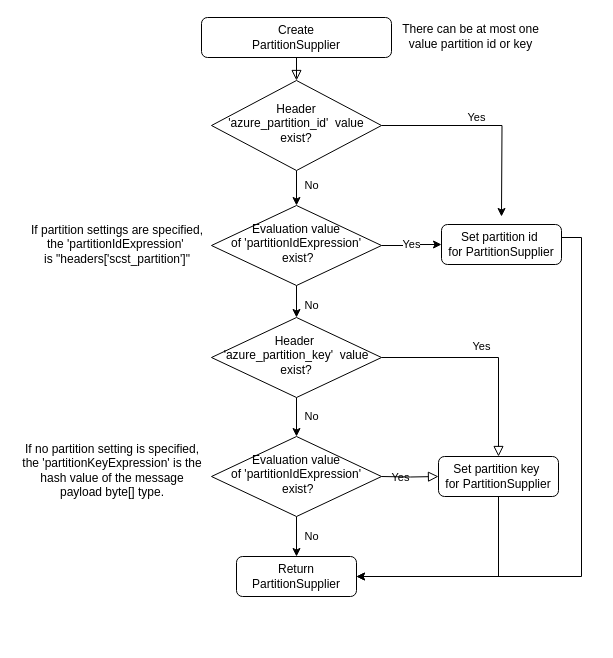
Before: sdk/spring/azure-spring-cloud-stream-binder-eventhubs/resource/create-partition-supply-process.drawio in Azure/azure-sdk-for-java, a draw.io diagram. Source tidied: cells renumbered, new cells numbered last; positions are measured from the earlier drawing's top-left corner, leaving out a move shared by most shapes. Both pictures are drawn from the tidied source at 100%, with x=0, y=0 at pixel (17, 17).
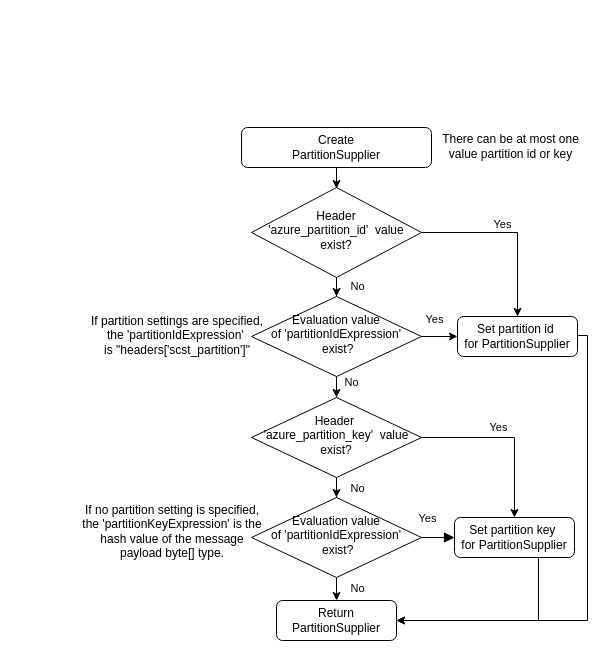
After the change.

What changed in the source:
```diff
@@
-    <mxCell id="2" style="rounded=0;html=1;jettySize=auto;fontSize=11;endArrow=block;endFill=0;endSize=8;strokeWidth=1;shadow=0;labelBackgroundColor=none;edgeStyle=orthogonalEdgeStyle;" parent="1" edge="1" source="3" target="6">
-      <mxGeometry relative="1" as="geometry" />
-    </mxCell>
     <mxCell id="3" value="Create&lt;br&gt;PartitionSupplier" style="rounded=1;whiteSpace=wrap;html=1;fontSize=12;glass=0;strokeWidth=1;shadow=0;" parent="1" vertex="1">
-      <mxGeometry x="184" width="190" height="40" as="geometry" />
+      <mxGeometry x="224" y="110" width="190" height="40" as="geometry" />
     </mxCell>
-    <mxCell id="4" value="Yes" style="edgeStyle=orthogonalEdgeStyle;rounded=0;jettySize=auto;html=1;" parent="1" edge="1" source="6">
-      <mxGeometry x="-0.1" y="8" relative="1" as="geometry">
-        <mxPoint x="484" y="199" as="targetPoint" />
-      </mxGeometry>
+    <mxCell id="4" value="Yes" style="edgeStyle=orthogonalEdgeStyle;rounded=0;jettySize=auto;html=1;entryX=0.5;entryY=0;entryDx=0;entryDy=0;" parent="1" edge="1" source="6" target="17">
+      <mxGeometry x="-0.1" y="8" relative="1" as="geometry" />
     </mxCell>
-    <mxCell id="5" value="No" style="edgeStyle=orthogonalEdgeStyle;rounded=0;jettySize=auto;html=1;" parent="1" edge="1" source="6" target="10">
-      <mxGeometry x="0.11" y="15" relative="1" as="geometry" />
+    <mxCell id="5" value="No" style="edgeStyle=orthogonalEdgeStyle;rounded=0;jettySize=auto;html=1;entryX=0.5;entryY=0;entryDx=0;entryDy=0;" parent="1" edge="1" source="6" target="10">
+      <mxGeometry x="0.68" y="21" relative="1" as="geometry" />
     </mxCell>
     <mxCell id="6" value="Header &lt;br&gt;'azure_partition_id'&amp;nbsp; value&lt;br&gt;exist?" style="rhombus;whiteSpace=wrap;html=1;shadow=0;fontFamily=Helvetica;fontSize=12;align=center;strokeWidth=1;spacing=6;spacingTop=-4;" parent="1" vertex="1">
-      <mxGeometry x="194" y="63" width="170" height="90" as="geometry" />
+      <mxGeometry x="234" y="170" width="170" height="90" as="geometry" />
     </mxCell>
-    <mxCell id="7" value="Yes" style="edgeStyle=orthogonalEdgeStyle;rounded=0;html=1;jettySize=auto;fontSize=11;endArrow=block;endFill=0;endSize=8;strokeWidth=1;shadow=0;labelBackgroundColor=none;exitX=1;exitY=0.5;exitDx=0;exitDy=0;entryX=0.5;entryY=0;entryDx=0;entryDy=0;" parent="1" edge="1" source="15" target="22">
-      <mxGeometry x="-0.07" y="11" relative="1" as="geometry" />
-    </mxCell>
@@
     <mxCell id="9" value="Yes" style="edgeStyle=orthogonalEdgeStyle;rounded=0;jettySize=auto;html=1;" parent="1" edge="1" source="10" target="17">
-      <mxGeometry relative="1" as="geometry" />
+      <mxGeometry x="0.14" y="17" relative="1" as="geometry">
+        <mxPoint x="-4" as="offset" />
+      </mxGeometry>
     </mxCell>
     <mxCell id="10" value="&lt;span&gt;Evaluation&amp;nbsp;value &lt;br&gt;of 'partitionIdExpression'&lt;br&gt;&amp;nbsp;&lt;/span&gt;&lt;span&gt;exist?&lt;/span&gt;" style="rhombus;whiteSpace=wrap;html=1;shadow=0;fontFamily=Helvetica;fontSize=12;align=center;strokeWidth=1;spacing=6;spacingTop=-4;" parent="1" vertex="1">
-      <mxGeometry x="194" y="188" width="170" height="80" as="geometry" />
+      <mxGeometry x="234" y="279" width="170" height="80" as="geometry" />
     </mxCell>
     <mxCell id="11" value="There can be at most one value partition id or key" style="text;html=1;strokeColor=none;fillColor=none;align=center;verticalAlign=middle;whiteSpace=wrap;rounded=0;" parent="1" vertex="1">
-      <mxGeometry x="380" y="9" width="147" height="20" as="geometry" />
+      <mxGeometry x="420" y="119" width="147" height="20" as="geometry" />
     </mxCell>
     <mxCell id="12" value="Return PartitionSupplier" style="rounded=1;whiteSpace=wrap;html=1;fontSize=12;glass=0;strokeWidth=1;shadow=0;" parent="1" vertex="1">
-      <mxGeometry x="219" y="539" width="120" height="40" as="geometry" />
+      <mxGeometry x="259" y="583" width="120" height="40" as="geometry" />
     </mxCell>
     <mxCell id="13" value="If no partition setting is specified, the 'partitionKeyExpression' is&amp;nbsp;the hash value of the message payload byte[] type." style="text;html=1;strokeColor=none;fillColor=none;align=center;verticalAlign=middle;whiteSpace=wrap;rounded=0;" parent="1" vertex="1">
-      <mxGeometry y="439" width="190" height="28" as="geometry" />
+      <mxGeometry x="60" y="500" width="190" height="28" as="geometry" />
     </mxCell>
     <mxCell id="14" value="No" style="edgeStyle=orthogonalEdgeStyle;rounded=0;jettySize=auto;html=1;" parent="1" edge="1" source="15" target="19">
-      <mxGeometry x="0.02" y="15" relative="1" as="geometry" />
+      <mxGeometry x="0.7" y="21" relative="1" as="geometry" />
     </mxCell>
+    <mxCell id="7" value="Yes" style="edgeStyle=orthogonalEdgeStyle;rounded=0;jettySize=auto;html=1;entryX=0.5;entryY=0;entryDx=0;entryDy=0;" parent="1" edge="1" source="15" target="22">
+      <mxGeometry x="-0.11" y="10" relative="1" as="geometry">
+        <Array as="points">
+          <mxPoint x="497" y="420" />
+        </Array>
+      </mxGeometry>
+    </mxCell>
     <mxCell id="15" value="Header&amp;nbsp;&lt;br&gt;'azure_partition_key'&amp;nbsp; value&lt;br&gt;exist?" style="rhombus;whiteSpace=wrap;html=1;shadow=0;fontFamily=Helvetica;fontSize=12;align=center;strokeWidth=1;spacing=6;spacingTop=-4;" parent="1" vertex="1">
-      <mxGeometry x="194" y="300" width="170" height="80" as="geometry" />
+      <mxGeometry x="234" y="380" width="170" height="80" as="geometry" />
     </mxCell>
     <mxCell id="16" style="edgeStyle=orthogonalEdgeStyle;rounded=0;jettySize=auto;html=1;entryX=1;entryY=0.5;entryDx=0;entryDy=0;" parent="1" edge="1" source="17" target="12">
       <mxGeometry relative="1" as="geometry">
         <Array as="points">
-          <mxPoint x="564" y="220" />
-          <mxPoint x="564" y="559" />
+          <mxPoint x="570" y="318" />
+          <mxPoint x="570" y="603" />
         </Array>
       </mxGeometry>
     </mxCell>
     <mxCell id="17" value="Set partition id&amp;nbsp;&lt;br&gt;for PartitionSupplier" style="rounded=1;whiteSpace=wrap;html=1;fontSize=12;glass=0;strokeWidth=1;shadow=0;" parent="1" vertex="1">
-      <mxGeometry x="424" y="207" width="120" height="40" as="geometry" />
+      <mxGeometry x="440" y="299" width="120" height="40" as="geometry" />
     </mxCell>
     <mxCell id="18" value="No" style="edgeStyle=orthogonalEdgeStyle;rounded=0;jettySize=auto;html=1;" parent="1" edge="1" source="19" target="12">
-      <mxGeometry y="15" relative="1" as="geometry" />
+      <mxGeometry x="0.58" y="21" relative="1" as="geometry" />
     </mxCell>
     <mxCell id="19" value="&lt;span&gt;Evaluation&amp;nbsp;value &lt;br&gt;of 'partitionIdExpression'&lt;br&gt;&amp;nbsp;&lt;/span&gt;&lt;span&gt;exist?&lt;/span&gt;" style="rhombus;whiteSpace=wrap;html=1;shadow=0;fontFamily=Helvetica;fontSize=12;align=center;strokeWidth=1;spacing=6;spacingTop=-4;" parent="1" vertex="1">
-      <mxGeometry x="194" y="419" width="170" height="80" as="geometry" />
+      <mxGeometry x="234" y="480" width="170" height="80" as="geometry" />
     </mxCell>
-    <mxCell id="20" value="Yes" style="edgeStyle=orthogonalEdgeStyle;rounded=0;html=1;jettySize=auto;fontSize=11;endArrow=block;endFill=0;endSize=8;strokeWidth=1;shadow=0;labelBackgroundColor=none;exitX=1;exitY=0.5;exitDx=0;exitDy=0;entryX=0;entryY=0.5;entryDx=0;entryDy=0;" parent="1" edge="1" target="22">
-      <mxGeometry y="10" relative="1" as="geometry">
-        <mxPoint x="364" y="459" as="sourcePoint" />
+    <mxCell id="20" value="Yes" style="edgeStyle=orthogonalEdgeStyle;rounded=0;html=1;jettySize=auto;fontSize=11;endArrow=block;endFill=1;endSize=8;strokeWidth=1;shadow=0;labelBackgroundColor=none;exitX=1;exitY=0.5;exitDx=0;exitDy=0;entryX=0;entryY=0.5;entryDx=0;entryDy=0;" parent="1" edge="1" target="22">
+      <mxGeometry x="-0.64" y="19" relative="1" as="geometry">
+        <mxPoint x="404" y="520" as="sourcePoint" />
       </mxGeometry>
     </mxCell>
     <mxCell id="21" style="edgeStyle=orthogonalEdgeStyle;rounded=0;jettySize=auto;html=1;entryX=1;entryY=0.5;entryDx=0;entryDy=0;" parent="1" edge="1" source="22" target="12">
       <mxGeometry relative="1" as="geometry">
         <Array as="points">
-          <mxPoint x="481" y="559" />
+          <mxPoint x="521" y="603" />
         </Array>
       </mxGeometry>
     </mxCell>
     <mxCell id="22" value="Set partition key&amp;nbsp;&lt;br&gt;for PartitionSupplier" style="rounded=1;whiteSpace=wrap;html=1;fontSize=12;glass=0;strokeWidth=1;shadow=0;" parent="1" vertex="1">
-      <mxGeometry x="421" y="439" width="120" height="40" as="geometry" />
+      <mxGeometry x="437" y="500" width="120" height="40" as="geometry" />
     </mxCell>
     <mxCell id="23" value="If partition settings are specified, the 'partitionIdExpression'&amp;nbsp;&lt;br&gt;is &quot;headers['scst_partition']&quot;" style="text;html=1;strokeColor=none;fillColor=none;align=center;verticalAlign=middle;whiteSpace=wrap;rounded=0;" parent="1" vertex="1">
-      <mxGeometry x="10" y="213" width="180" height="28" as="geometry" />
+      <mxGeometry x="70" y="304" width="180" height="28" as="geometry" />
     </mxCell>
+    <mxCell id="24" style="endArrow=classic;html=1;exitX=0.5;exitY=1;exitDx=0;exitDy=0;" parent="1" edge="1" source="3">
+      <mxGeometry relative="1" as="geometry">
+        <mxPoint x="319" y="171" as="targetPoint" />
+      </mxGeometry>
+    </mxCell>
```
